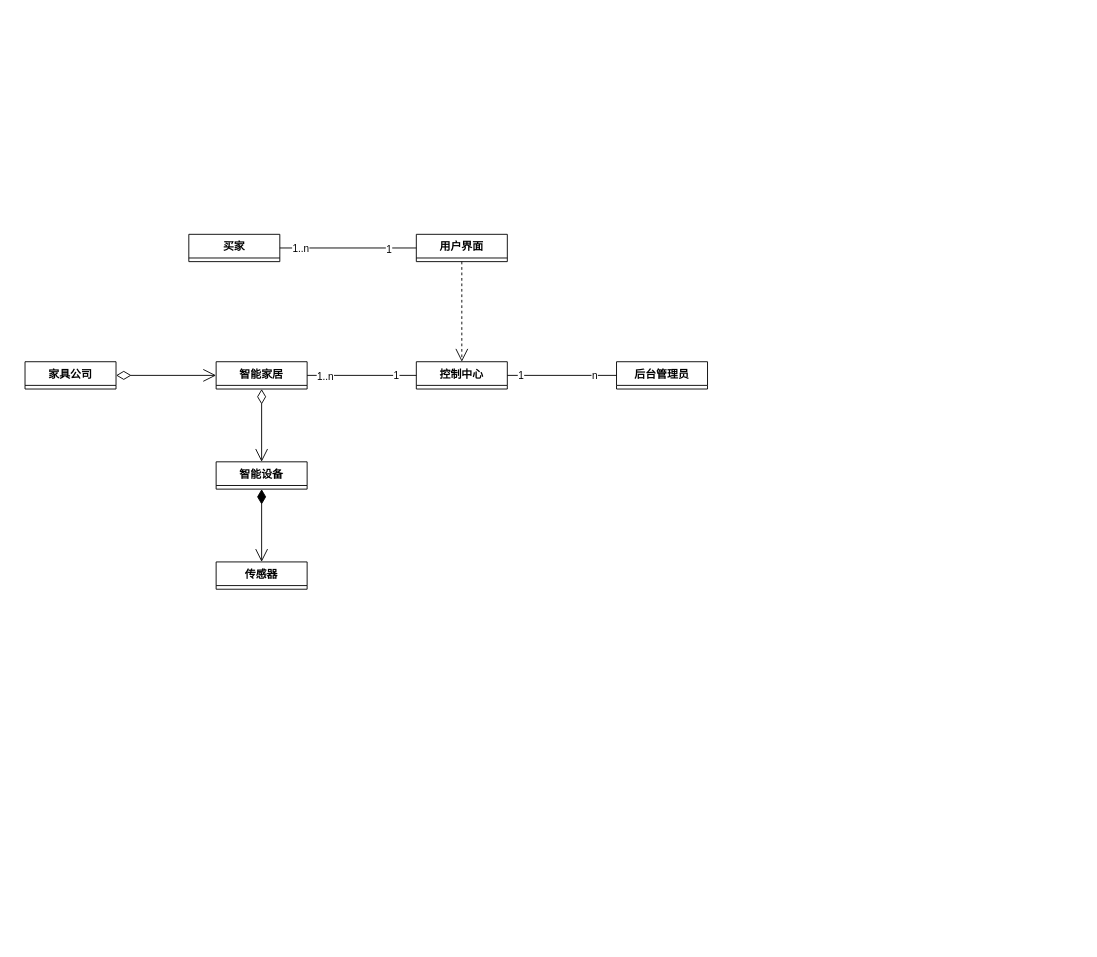
The draw.io diagram 智能家居类图.drawio in 2919282119/charts, before the edit. Source tidied: cells renumbered, new cells numbered last; positions are measured from the earlier drawing's top-left corner, leaving out a move shared by most shapes. Both pictures are drawn from the tidied source at 91%, with x=0, y=0 at pixel (25, 234).
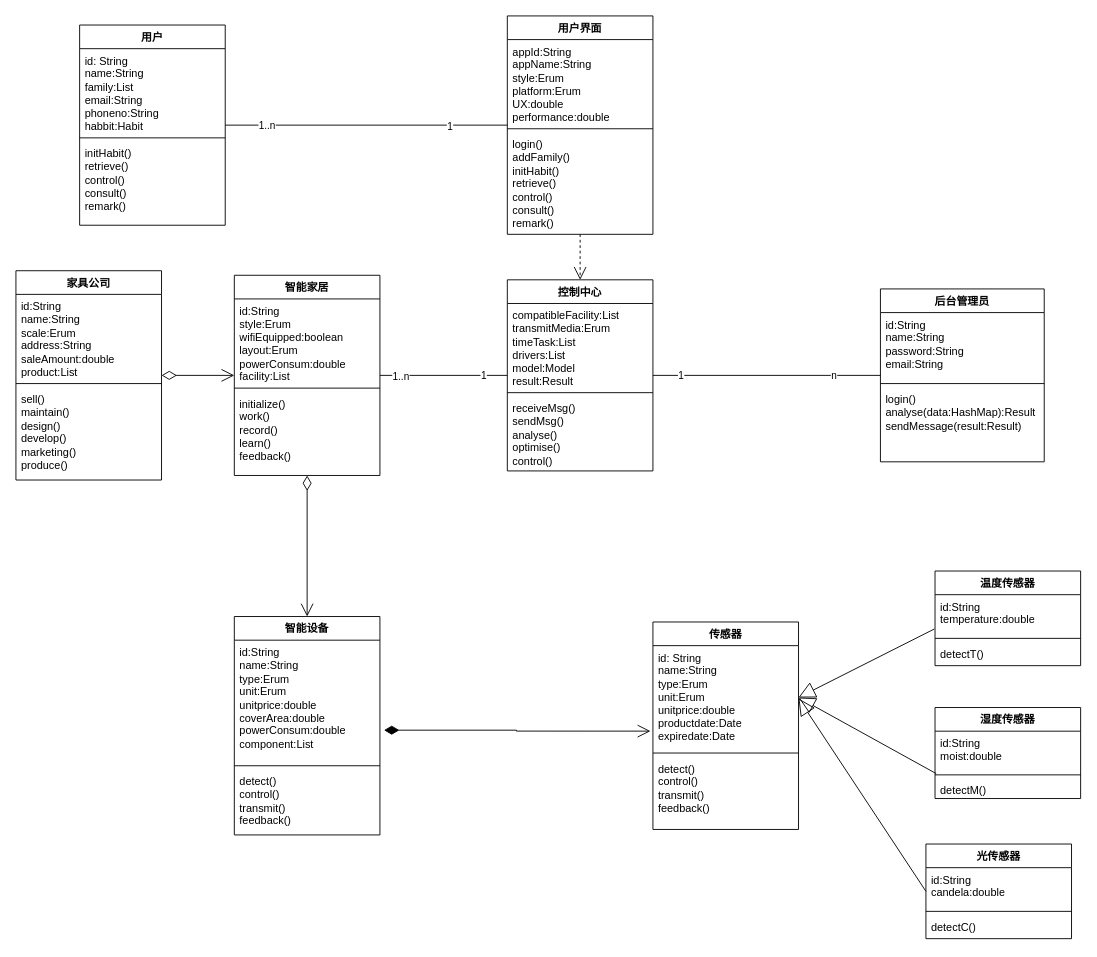
Above is the later version.

Commit message:
更新智能家居类图.drawio

Change to the diagram source:
```diff
@@
-    <mxCell id="2" value="买家" style="swimlane;fontStyle=1;align=center;verticalAlign=top;horizontal=1;startSize=26;whiteSpace=wrap;html=1;" parent="1" vertex="1" collapsed="1">
-      <mxGeometry x="180" width="100" height="30" as="geometry" />
+    <mxCell id="2" value="用户" style="swimlane;fontStyle=1;align=center;verticalAlign=top;horizontal=1;startSize=26;whiteSpace=wrap;html=1;" parent="1" vertex="1">
+      <mxGeometry x="60" y="-230" width="160" height="220" as="geometry" />
     </mxCell>
+    <mxCell id="23" value="id: String&lt;div&gt;name:String&lt;/div&gt;&lt;div&gt;family:List&lt;/div&gt;&lt;div&gt;email:String&lt;/div&gt;&lt;div&gt;phoneno:String&lt;/div&gt;&lt;div&gt;habbit:Habit&lt;/div&gt;&lt;div&gt;&lt;br&gt;&lt;/div&gt;&lt;div&gt;&lt;br&gt;&lt;/div&gt;&lt;div&gt;&lt;div&gt;&lt;br&gt;&lt;/div&gt;&lt;/div&gt;" style="text;strokeColor=none;fillColor=none;align=left;verticalAlign=top;spacingLeft=4;spacingRight=4;overflow=hidden;whiteSpace=wrap;html=1;" parent="2" vertex="1">
+      <mxGeometry y="26" width="160" height="94" as="geometry" />
+    </mxCell>
+    <mxCell id="24" style="line;strokeWidth=1;fillColor=none;align=left;verticalAlign=middle;spacingTop=-1;spacingLeft=3;spacingRight=3;labelPosition=right;strokeColor=inherit;" parent="2" vertex="1">
+      <mxGeometry y="120" width="160" height="8" as="geometry" />
+    </mxCell>
+    <mxCell id="25" value="initHabit()&lt;div&gt;retrieve()&lt;/div&gt;&lt;div&gt;control()&lt;/div&gt;&lt;div&gt;consult()&lt;/div&gt;&lt;div&gt;remark()&lt;/div&gt;" style="text;strokeColor=none;fillColor=none;align=left;verticalAlign=top;spacingLeft=4;spacingRight=4;overflow=hidden;whiteSpace=wrap;html=1;" parent="2" vertex="1">
+      <mxGeometry y="128" width="160" height="92" as="geometry" />
+    </mxCell>
-    <mxCell id="3" value="后台管理员" style="swimlane;fontStyle=1;align=center;verticalAlign=top;horizontal=1;startSize=26;whiteSpace=wrap;html=1;" parent="1" vertex="1" collapsed="1">
-      <mxGeometry x="650" y="140" width="100" height="30" as="geometry" />
+    <mxCell id="3" value="后台管理员" style="swimlane;fontStyle=1;align=center;verticalAlign=top;horizontal=1;startSize=26;whiteSpace=wrap;html=1;" parent="1" vertex="1">
+      <mxGeometry x="940" y="60" width="180" height="190" as="geometry" />
     </mxCell>
+    <mxCell id="26" value="id:String&lt;div&gt;name:String&lt;/div&gt;&lt;div&gt;password:String&lt;/div&gt;&lt;div&gt;email:String&lt;/div&gt;" style="text;strokeColor=none;fillColor=none;align=left;verticalAlign=top;spacingLeft=4;spacingRight=4;overflow=hidden;whiteSpace=wrap;html=1;" parent="3" vertex="1">
+      <mxGeometry y="26" width="180" height="74" as="geometry" />
+    </mxCell>
+    <mxCell id="27" style="line;strokeWidth=1;fillColor=none;align=left;verticalAlign=middle;spacingTop=-1;spacingLeft=3;spacingRight=3;labelPosition=right;strokeColor=inherit;" parent="3" vertex="1">
+      <mxGeometry y="100" width="180" height="8" as="geometry" />
+    </mxCell>
+    <mxCell id="28" value="login()&lt;div&gt;analyse(data:HashMap):Result&lt;/div&gt;&lt;div&gt;sendMessage(result:Result)&lt;/div&gt;" style="text;strokeColor=none;fillColor=none;align=left;verticalAlign=top;spacingLeft=4;spacingRight=4;overflow=hidden;whiteSpace=wrap;html=1;" parent="3" vertex="1">
+      <mxGeometry y="108" width="180" height="82" as="geometry" />
+    </mxCell>
-    <mxCell id="4" value="智能设备" style="swimlane;fontStyle=1;align=center;verticalAlign=top;horizontal=1;startSize=26;whiteSpace=wrap;html=1;" parent="1" vertex="1" collapsed="1">
-      <mxGeometry x="210" y="250" width="100" height="30" as="geometry" />
+    <mxCell id="4" value="智能设备" style="swimlane;fontStyle=1;align=center;verticalAlign=top;horizontal=1;startSize=26;whiteSpace=wrap;html=1;" parent="1" vertex="1">
+      <mxGeometry x="230" y="420" width="160" height="240" as="geometry" />
     </mxCell>
+    <mxCell id="29" value="id:String&lt;div&gt;name:String&lt;/div&gt;&lt;div&gt;type:Erum&lt;/div&gt;&lt;div&gt;unit:Erum&lt;/div&gt;&lt;div&gt;unitprice:double&lt;/div&gt;&lt;div&gt;coverArea:double&lt;/div&gt;&lt;div&gt;powerConsum:double&lt;/div&gt;&lt;div&gt;component:List&lt;/div&gt;" style="text;strokeColor=none;fillColor=none;align=left;verticalAlign=top;spacingLeft=4;spacingRight=4;overflow=hidden;points=[[0,0.5],[1,0.5]];portConstraint=eastwest;whiteSpace=wrap;html=1;" parent="4" vertex="1">
+      <mxGeometry y="26" width="160" height="134" as="geometry" />
+    </mxCell>
+    <mxCell id="30" style="line;strokeWidth=1;fillColor=none;align=left;verticalAlign=middle;spacingTop=-1;spacingLeft=3;spacingRight=3;labelPosition=right;strokeColor=inherit;" parent="4" vertex="1">
+      <mxGeometry y="160" width="160" height="8" as="geometry" />
+    </mxCell>
+    <mxCell id="31" value="detect()&lt;div&gt;control()&lt;/div&gt;&lt;div&gt;transmit()&lt;/div&gt;&lt;div&gt;feedback()&lt;br&gt;&lt;div&gt;&lt;br&gt;&lt;/div&gt;&lt;/div&gt;" style="text;strokeColor=none;fillColor=none;align=left;verticalAlign=top;spacingLeft=4;spacingRight=4;overflow=hidden;whiteSpace=wrap;html=1;" parent="4" vertex="1">
+      <mxGeometry y="168" width="160" height="72" as="geometry" />
+    </mxCell>
-    <mxCell id="5" value="传感器" style="swimlane;fontStyle=1;align=center;verticalAlign=top;horizontal=1;startSize=26;whiteSpace=wrap;html=1;" parent="1" vertex="1" collapsed="1">
-      <mxGeometry x="210" y="360" width="100" height="30" as="geometry" />
+    <mxCell id="5" value="传感器" style="swimlane;fontStyle=1;align=center;verticalAlign=top;horizontal=1;startSize=26;whiteSpace=wrap;html=1;" parent="1" vertex="1">
+      <mxGeometry x="690" y="426" width="160" height="228" as="geometry" />
     </mxCell>
+    <mxCell id="32" value="id: String&lt;div&gt;name:String&lt;/div&gt;&lt;div&gt;type:Erum&lt;/div&gt;&lt;div&gt;unit:Erum&lt;/div&gt;&lt;div&gt;unitprice:double&lt;/div&gt;&lt;div&gt;productdate:Date&lt;/div&gt;&lt;div&gt;expiredate:Date&lt;br&gt;&lt;div&gt;&lt;br&gt;&lt;/div&gt;&lt;/div&gt;" style="text;strokeColor=none;fillColor=none;align=left;verticalAlign=top;spacingLeft=4;spacingRight=4;overflow=hidden;points=[[0,0.5],[1,0.5]];portConstraint=eastwest;whiteSpace=wrap;html=1;" parent="5" vertex="1">
+      <mxGeometry y="26" width="160" height="114" as="geometry" />
+    </mxCell>
+    <mxCell id="33" style="line;strokeWidth=1;fillColor=none;align=left;verticalAlign=middle;spacingTop=-1;spacingLeft=3;spacingRight=3;labelPosition=right;strokeColor=inherit;" parent="5" vertex="1">
+      <mxGeometry y="140" width="160" height="8" as="geometry" />
+    </mxCell>
+    <mxCell id="34" value="detect()&lt;div&gt;control()&lt;/div&gt;&lt;div&gt;transmit()&lt;/div&gt;&lt;div&gt;feedback()&lt;/div&gt;" style="text;strokeColor=none;fillColor=none;align=left;verticalAlign=top;spacingLeft=4;spacingRight=4;overflow=hidden;whiteSpace=wrap;html=1;" parent="5" vertex="1">
+      <mxGeometry y="148" width="160" height="80" as="geometry" />
+    </mxCell>
-    <mxCell id="6" value="控制中心" style="swimlane;fontStyle=1;align=center;verticalAlign=top;horizontal=1;startSize=26;whiteSpace=wrap;html=1;" parent="1" vertex="1" collapsed="1">
-      <mxGeometry x="430" y="140" width="100" height="30" as="geometry" />
+    <mxCell id="6" value="控制中心" style="swimlane;fontStyle=1;align=center;verticalAlign=top;horizontal=1;startSize=26;whiteSpace=wrap;html=1;" parent="1" vertex="1">
+      <mxGeometry x="530" y="50" width="160" height="210" as="geometry" />
     </mxCell>
+    <mxCell id="35" value="compatibleFacility:List&lt;div&gt;transmitMedia:Erum&lt;/div&gt;&lt;div&gt;timeTask:List&lt;/div&gt;&lt;div&gt;drivers:List&lt;/div&gt;&lt;div&gt;model:Model&lt;/div&gt;&lt;div&gt;result:Result&lt;/div&gt;&lt;div&gt;&lt;br&gt;&lt;/div&gt;&lt;div&gt;&lt;br&gt;&lt;/div&gt;&lt;div&gt;&lt;br&gt;&lt;/div&gt;" style="text;strokeColor=none;fillColor=none;align=left;verticalAlign=top;spacingLeft=4;spacingRight=4;overflow=hidden;whiteSpace=wrap;html=1;" parent="6" vertex="1">
+      <mxGeometry y="26" width="160" height="94" as="geometry" />
+    </mxCell>
+    <mxCell id="36" style="line;strokeWidth=1;fillColor=none;align=left;verticalAlign=middle;spacingTop=-1;spacingLeft=3;spacingRight=3;labelPosition=right;strokeColor=inherit;" parent="6" vertex="1">
+      <mxGeometry y="120" width="160" height="8" as="geometry" />
+    </mxCell>
+    <mxCell id="37" value="receiveMsg()&lt;div&gt;sendMsg()&lt;/div&gt;&lt;div&gt;analyse()&lt;/div&gt;&lt;div&gt;optimise()&lt;/div&gt;&lt;div&gt;control()&lt;/div&gt;&lt;div&gt;&lt;br&gt;&lt;/div&gt;" style="text;strokeColor=none;fillColor=none;align=left;verticalAlign=top;spacingLeft=4;spacingRight=4;overflow=hidden;whiteSpace=wrap;html=1;" parent="6" vertex="1">
+      <mxGeometry y="128" width="160" height="82" as="geometry" />
+    </mxCell>
-    <mxCell id="7" value="用户界面" style="swimlane;fontStyle=1;align=center;verticalAlign=top;horizontal=1;startSize=26;whiteSpace=wrap;html=1;" parent="1" vertex="1" collapsed="1">
-      <mxGeometry x="430" width="100" height="30" as="geometry" />
+    <mxCell id="7" value="用户界面" style="swimlane;fontStyle=1;align=center;verticalAlign=top;horizontal=1;startSize=26;whiteSpace=wrap;html=1;" parent="1" vertex="1">
+      <mxGeometry x="530" y="-240" width="160" height="240" as="geometry" />
     </mxCell>
+    <mxCell id="38" value="appId:String&lt;div&gt;appName:String&lt;/div&gt;&lt;div&gt;style:Erum&lt;/div&gt;&lt;div&gt;platform:Erum&lt;/div&gt;&lt;div&gt;UX:double&lt;/div&gt;&lt;div&gt;performance:double&lt;/div&gt;&lt;div&gt;&lt;br&gt;&lt;/div&gt;&lt;div&gt;&amp;nbsp;&lt;/div&gt;" style="text;strokeColor=none;fillColor=none;align=left;verticalAlign=top;spacingLeft=4;spacingRight=4;overflow=hidden;whiteSpace=wrap;html=1;" parent="7" vertex="1">
+      <mxGeometry y="26" width="160" height="94" as="geometry" />
+    </mxCell>
+    <mxCell id="39" style="line;strokeWidth=1;fillColor=none;align=left;verticalAlign=middle;spacingTop=-1;spacingLeft=3;spacingRight=3;labelPosition=right;strokeColor=inherit;" parent="7" vertex="1">
+      <mxGeometry y="120" width="160" height="8" as="geometry" />
+    </mxCell>
+    <mxCell id="40" value="&lt;div&gt;login()&lt;/div&gt;&lt;div&gt;addFamily()&lt;/div&gt;initHabit()&lt;div&gt;retrieve()&lt;/div&gt;&lt;div&gt;control()&lt;/div&gt;&lt;div&gt;consult()&lt;/div&gt;&lt;div&gt;remark()&lt;/div&gt;" style="text;strokeColor=none;fillColor=none;align=left;verticalAlign=top;spacingLeft=4;spacingRight=4;overflow=hidden;whiteSpace=wrap;html=1;" parent="7" vertex="1">
+      <mxGeometry y="128" width="160" height="112" as="geometry" />
+    </mxCell>
-    <mxCell id="8" value="家具公司" style="swimlane;fontStyle=1;align=center;verticalAlign=top;horizontal=1;startSize=26;whiteSpace=wrap;html=1;" parent="1" vertex="1" collapsed="1">
-      <mxGeometry y="140" width="100" height="30" as="geometry" />
+    <mxCell id="8" value="家具公司" style="swimlane;fontStyle=1;align=center;verticalAlign=top;horizontal=1;startSize=26;whiteSpace=wrap;html=1;" parent="1" vertex="1">
+      <mxGeometry x="-10" y="40" width="160" height="230" as="geometry" />
     </mxCell>
+    <mxCell id="41" value="id:String&lt;div&gt;name:String&lt;/div&gt;&lt;div&gt;scale:Erum&lt;/div&gt;&lt;div&gt;address:String&lt;/div&gt;&lt;div&gt;saleAmount:double&lt;/div&gt;&lt;div&gt;product:List&lt;/div&gt;" style="text;strokeColor=none;fillColor=none;align=left;verticalAlign=top;spacingLeft=4;spacingRight=4;overflow=hidden;whiteSpace=wrap;html=1;" parent="8" vertex="1">
+      <mxGeometry y="26" width="160" height="94" as="geometry" />
+    </mxCell>
+    <mxCell id="42" style="line;strokeWidth=1;fillColor=none;align=left;verticalAlign=middle;spacingTop=-1;spacingLeft=3;spacingRight=3;labelPosition=right;strokeColor=inherit;" parent="8" vertex="1">
+      <mxGeometry y="120" width="160" height="8" as="geometry" />
+    </mxCell>
+    <mxCell id="43" value="sell()&lt;div&gt;maintain()&lt;/div&gt;&lt;div&gt;design()&lt;/div&gt;&lt;div&gt;develop()&lt;/div&gt;&lt;div&gt;marketing()&lt;/div&gt;&lt;div&gt;produce()&lt;/div&gt;&lt;div&gt;&lt;br&gt;&lt;/div&gt;" style="text;strokeColor=none;fillColor=none;align=left;verticalAlign=top;spacingLeft=4;spacingRight=4;overflow=hidden;whiteSpace=wrap;html=1;" parent="8" vertex="1">
+      <mxGeometry y="128" width="160" height="102" as="geometry" />
+    </mxCell>
@@
-    <mxCell id="15" value="智能家居" style="swimlane;fontStyle=1;align=center;verticalAlign=top;horizontal=1;startSize=26;whiteSpace=wrap;html=1;" parent="1" vertex="1" collapsed="1">
-      <mxGeometry x="210" y="140" width="100" height="30" as="geometry" />
+    <mxCell id="15" value="智能家居" style="swimlane;fontStyle=1;align=center;verticalAlign=top;horizontal=1;startSize=26;whiteSpace=wrap;html=1;" parent="1" vertex="1">
+      <mxGeometry x="230" y="45" width="160" height="220" as="geometry" />
     </mxCell>
+    <mxCell id="44" value="id:String&lt;div&gt;style:Erum&lt;/div&gt;&lt;div&gt;wifiEquipped:boolean&lt;/div&gt;&lt;div&gt;layout:Erum&lt;/div&gt;&lt;div&gt;powerConsum:double&lt;/div&gt;&lt;div&gt;facility:List&lt;/div&gt;" style="text;strokeColor=none;fillColor=none;align=left;verticalAlign=top;spacingLeft=4;spacingRight=4;overflow=hidden;whiteSpace=wrap;html=1;" parent="15" vertex="1">
+      <mxGeometry y="26" width="160" height="94" as="geometry" />
+    </mxCell>
+    <mxCell id="45" style="line;strokeWidth=1;fillColor=none;align=left;verticalAlign=middle;spacingTop=-1;spacingLeft=3;spacingRight=3;labelPosition=right;strokeColor=inherit;" parent="15" vertex="1">
+      <mxGeometry y="120" width="160" height="8" as="geometry" />
+    </mxCell>
+    <mxCell id="46" value="initialize()&lt;div&gt;work()&lt;/div&gt;&lt;div&gt;record()&lt;/div&gt;&lt;div&gt;learn()&lt;/div&gt;&lt;div&gt;feedback()&lt;/div&gt;" style="text;strokeColor=none;fillColor=none;align=left;verticalAlign=top;spacingLeft=4;spacingRight=4;overflow=hidden;whiteSpace=wrap;html=1;" parent="15" vertex="1">
+      <mxGeometry y="128" width="160" height="92" as="geometry" />
+    </mxCell>
@@
-    <mxCell id="18" style="endArrow=open;html=1;endSize=12;startArrow=diamondThin;startSize=14;startFill=1;edgeStyle=orthogonalEdgeStyle;align=left;verticalAlign=bottom;rounded=0;entryX=0.5;entryY=0;entryDx=0;entryDy=0;exitX=0.5;exitY=1;exitDx=0;exitDy=0;" parent="1" edge="1" source="4" target="5">
-      <mxGeometry x="-1" y="3" relative="1" as="geometry" />
-    </mxCell>
@@
+    <mxCell id="47" style="endArrow=open;html=1;endSize=12;startArrow=diamondThin;startSize=14;startFill=1;edgeStyle=orthogonalEdgeStyle;align=left;verticalAlign=bottom;rounded=0;exitX=1.028;exitY=0.738;exitDx=0;exitDy=0;exitPerimeter=0;entryX=-0.017;entryY=0.824;entryDx=0;entryDy=0;entryPerimeter=0;" parent="1" edge="1" source="29" target="32">
+      <mxGeometry x="-1" y="3" relative="1" as="geometry" />
+    </mxCell>
+    <mxCell id="48" value="温度传感器" style="swimlane;fontStyle=1;align=center;verticalAlign=top;horizontal=1;startSize=26;whiteSpace=wrap;html=1;" parent="1" vertex="1">
+      <mxGeometry x="1000" y="370" width="160" height="104" as="geometry" />
+    </mxCell>
+    <mxCell id="49" value="id:String&lt;div&gt;temperature:double&lt;/div&gt;" style="text;strokeColor=none;fillColor=none;align=left;verticalAlign=top;spacingLeft=4;spacingRight=4;overflow=hidden;points=[[0,0.5],[1,0.5]];portConstraint=eastwest;whiteSpace=wrap;html=1;" parent="48" vertex="1">
+      <mxGeometry y="26" width="160" height="44" as="geometry" />
+    </mxCell>
+    <mxCell id="50" style="line;strokeWidth=1;fillColor=none;align=left;verticalAlign=middle;spacingTop=-1;spacingLeft=3;spacingRight=3;labelPosition=right;strokeColor=inherit;" parent="48" vertex="1">
+      <mxGeometry y="70" width="160" height="8" as="geometry" />
+    </mxCell>
+    <mxCell id="51" value="detectT()&lt;div&gt;&lt;br&gt;&lt;/div&gt;" style="text;strokeColor=none;fillColor=none;align=left;verticalAlign=top;spacingLeft=4;spacingRight=4;overflow=hidden;whiteSpace=wrap;html=1;" parent="48" vertex="1">
+      <mxGeometry y="78" width="160" height="26" as="geometry" />
+    </mxCell>
+    <mxCell id="52" value="湿度传感器" style="swimlane;fontStyle=1;align=center;verticalAlign=top;horizontal=1;startSize=26;whiteSpace=wrap;html=1;" parent="1" vertex="1">
+      <mxGeometry x="1000" y="520" width="160" height="100" as="geometry" />
+    </mxCell>
+    <mxCell id="53" value="id:String&lt;div&gt;moist:double&lt;/div&gt;" style="text;strokeColor=none;fillColor=none;align=left;verticalAlign=top;spacingLeft=4;spacingRight=4;overflow=hidden;points=[[0,0.5],[1,0.5]];portConstraint=eastwest;whiteSpace=wrap;html=1;" parent="52" vertex="1">
+      <mxGeometry y="26" width="160" height="44" as="geometry" />
+    </mxCell>
+    <mxCell id="54" style="line;strokeWidth=1;fillColor=none;align=left;verticalAlign=middle;spacingTop=-1;spacingLeft=3;spacingRight=3;labelPosition=right;strokeColor=inherit;" parent="52" vertex="1">
+      <mxGeometry y="70" width="160" height="8" as="geometry" />
+    </mxCell>
+    <mxCell id="55" value="detectM()" style="text;strokeColor=none;fillColor=none;align=left;verticalAlign=top;spacingLeft=4;spacingRight=4;overflow=hidden;whiteSpace=wrap;html=1;" parent="52" vertex="1">
+      <mxGeometry y="78" width="160" height="22" as="geometry" />
+    </mxCell>
+    <mxCell id="56" value="光传感器" style="swimlane;fontStyle=1;align=center;verticalAlign=top;horizontal=1;startSize=26;whiteSpace=wrap;html=1;" parent="1" vertex="1">
+      <mxGeometry x="990" y="670" width="160" height="104" as="geometry" />
+    </mxCell>
+    <mxCell id="57" value="id:String&lt;div&gt;candela:double&lt;/div&gt;" style="text;strokeColor=none;fillColor=none;align=left;verticalAlign=top;spacingLeft=4;spacingRight=4;overflow=hidden;whiteSpace=wrap;html=1;" parent="56" vertex="1">
+      <mxGeometry y="26" width="160" height="44" as="geometry" />
+    </mxCell>
+    <mxCell id="58" style="line;strokeWidth=1;fillColor=none;align=left;verticalAlign=middle;spacingTop=-1;spacingLeft=3;spacingRight=3;labelPosition=right;strokeColor=inherit;" parent="56" vertex="1">
+      <mxGeometry y="70" width="160" height="8" as="geometry" />
+    </mxCell>
+    <mxCell id="59" value="detectC()" style="text;strokeColor=none;fillColor=none;align=left;verticalAlign=top;spacingLeft=4;spacingRight=4;overflow=hidden;whiteSpace=wrap;html=1;" parent="56" vertex="1">
+      <mxGeometry y="78" width="160" height="26" as="geometry" />
+    </mxCell>
+    <mxCell id="60" style="endArrow=block;endSize=16;endFill=0;html=1;rounded=0;entryX=1;entryY=0.5;entryDx=0;entryDy=0;exitX=-0.005;exitY=0.857;exitDx=0;exitDy=0;exitPerimeter=0;" parent="1" edge="1" source="49" target="32">
+      <mxGeometry relative="1" as="geometry" />
+    </mxCell>
+    <mxCell id="61" style="endArrow=block;endSize=16;endFill=0;html=1;rounded=0;entryX=1;entryY=0.5;entryDx=0;entryDy=0;exitX=0.008;exitY=1.059;exitDx=0;exitDy=0;exitPerimeter=0;" parent="1" edge="1" source="53" target="32">
+      <mxGeometry relative="1" as="geometry" />
+    </mxCell>
+    <mxCell id="62" style="endArrow=block;endSize=16;endFill=0;html=1;rounded=0;exitX=0;exitY=0.5;exitDx=0;exitDy=0;" parent="1" edge="1" source="56">
+      <mxGeometry relative="1" as="geometry">
+        <mxPoint x="850" y="510" as="targetPoint" />
+      </mxGeometry>
+    </mxCell>
```
